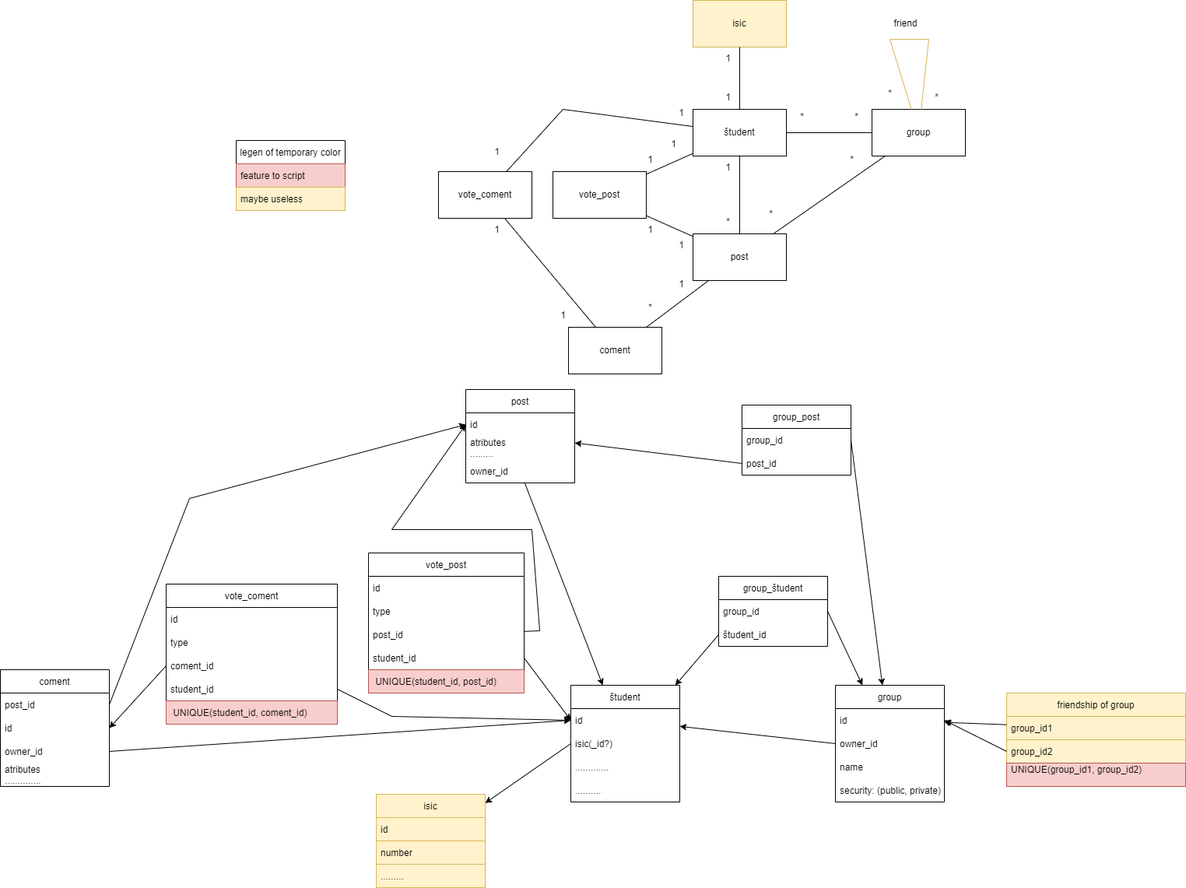
The draw.io diagram documentation/umlERDandER.drawio.png in MatejMagat305/RedditForStudents, before a commit. Source tidied: cells renumbered, new cells last; positions are measured from the earlier drawing's top-left corner, leaving out a move shared by most shapes.
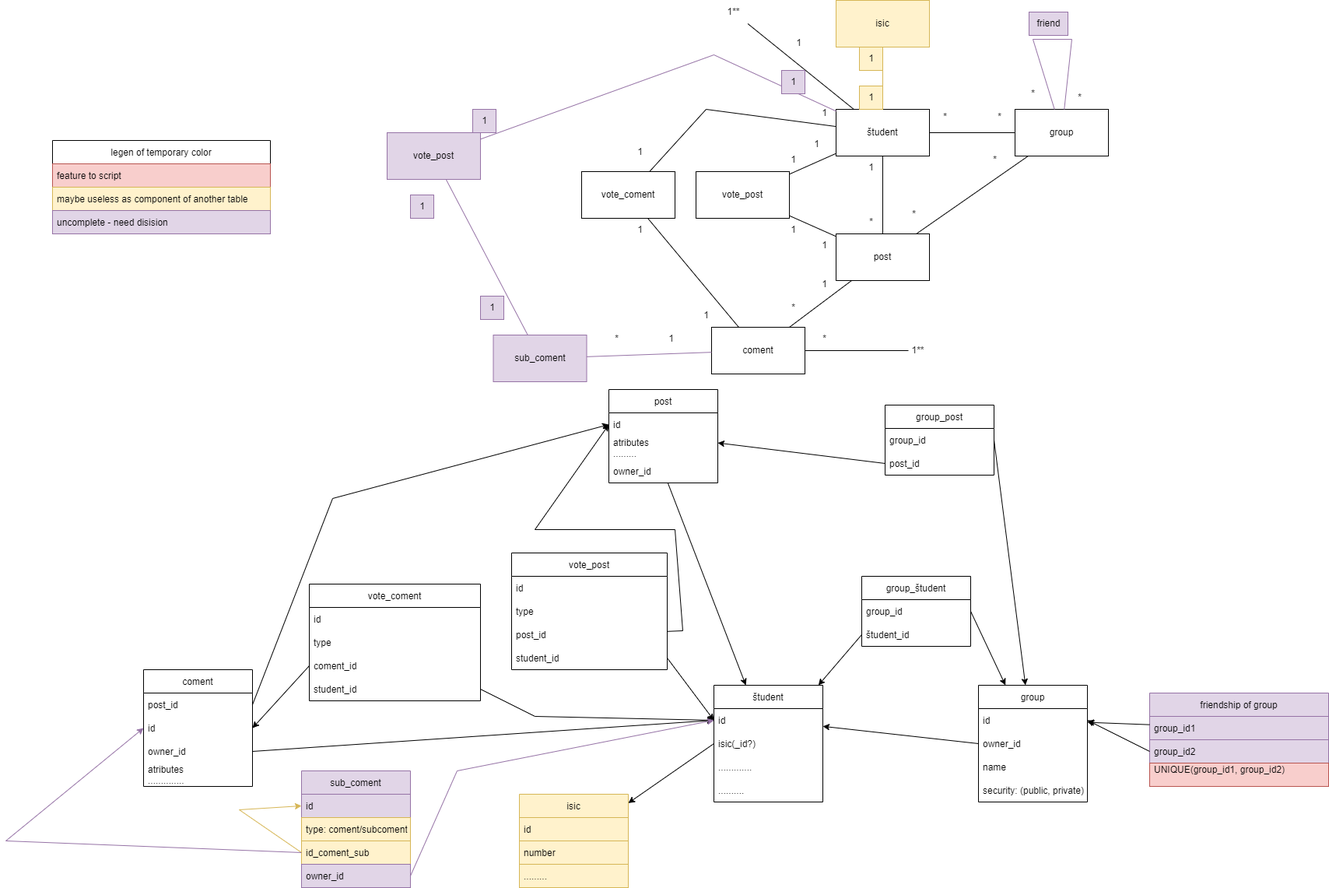
After the commit.

Change to the diagram source:
```diff
@@ -141,10 +141,10 @@
     <mxCell id="46" value="isic" style="rounded=0;whiteSpace=wrap;html=1;fillColor=#fff2cc;strokeColor=#d6b656;" parent="1" vertex="1">
       <mxGeometry x="890" width="120" height="60" as="geometry" />
     </mxCell>
-    <mxCell id="47" style="endArrow=none;html=1;rounded=0;" parent="1" edge="1" source="35" target="46">
+    <mxCell id="47" style="endArrow=none;html=1;rounded=0;fillColor=#fff2cc;strokeColor=#d6b656;" parent="1" edge="1" source="35" target="46">
       <mxGeometry relative="1" as="geometry" />
     </mxCell>
-    <mxCell id="48" value="1" style="text;html=1;align=center;verticalAlign=middle;strokeColor=none;fillColor=none;" parent="1" vertex="1">
+    <mxCell id="48" value="1" style="text;html=1;align=center;verticalAlign=middle;strokeColor=#d6b656;fillColor=#fff2cc;" parent="1" vertex="1">
       <mxGeometry x="920" y="60" width="30" height="30" as="geometry" />
     </mxCell>
     <mxCell id="49" value="1" style="text;html=1;align=center;verticalAlign=middle;strokeColor=none;fillColor=none;" parent="1" vertex="1">
@@ -186,7 +186,7 @@
     <mxCell id="61" style="endArrow=none;html=1;rounded=0;" parent="1" edge="1" source="60" target="35">
       <mxGeometry relative="1" as="geometry" />
     </mxCell>
-    <mxCell id="62" value="1" style="text;html=1;align=center;verticalAlign=middle;strokeColor=none;fillColor=none;" parent="1" vertex="1">
+    <mxCell id="62" value="1" style="text;html=1;align=center;verticalAlign=middle;strokeColor=#d6b656;fillColor=#fff2cc;" parent="1" vertex="1">
       <mxGeometry x="920" y="110" width="30" height="30" as="geometry" />
     </mxCell>
     <mxCell id="63" value="1" style="text;html=1;align=center;verticalAlign=middle;strokeColor=none;fillColor=none;" parent="1" vertex="1">
@@ -227,7 +227,7 @@
       <mxGeometry x="708" y="390" width="30" height="30" as="geometry" />
     </mxCell>
     <mxCell id="74" value="vote_post" style="swimlane;fontStyle=0;horizontal=1;startSize=30;" parent="1" vertex="1">
-      <mxGeometry x="473" y="710" width="200" height="180" as="geometry" />
+      <mxGeometry x="473" y="710" width="200" height="150" as="geometry" />
     </mxCell>
     <mxCell id="75" value="id" style="text;strokeColor=none;fillColor=none;align=left;verticalAlign=middle;spacingLeft=4;spacingRight=4;overflow=hidden;" parent="74" vertex="1">
       <mxGeometry y="30" width="200" height="30" as="geometry" />
@@ -241,9 +241,6 @@
     <mxCell id="78" value="student_id" style="text;align=left;verticalAlign=middle;spacingLeft=4;spacingRight=4;overflow=hidden;points=[[0,0.5],[1,0.5]];portConstraint=eastwest;" parent="74" vertex="1">
       <mxGeometry y="120" width="200" height="30" as="geometry" />
     </mxCell>
-    <mxCell id="79" value=" UNIQUE(student_id, post_id)" style="text;strokeColor=#b85450;fillColor=#f8cecc;align=left;verticalAlign=middle;spacingLeft=4;spacingRight=4;overflow=hidden;" parent="74" vertex="1">
-      <mxGeometry y="150" width="200" height="30" as="geometry" />
-    </mxCell>
     <mxCell id="80" style="endArrow=classic;html=1;rounded=0;entryX=0;entryY=0.5;entryDx=0;entryDy=0;" parent="1" edge="1" source="77" target="19">
       <mxGeometry relative="1" as="geometry">
         <Array as="points">
@@ -257,7 +254,7 @@
       <mxGeometry relative="1" as="geometry" />
     </mxCell>
     <mxCell id="82" value="vote_coment" style="swimlane;fontStyle=0;horizontal=1;startSize=30;" parent="1" vertex="1">
-      <mxGeometry x="213" y="750" width="220" height="180" as="geometry" />
+      <mxGeometry x="213" y="750" width="220" height="150" as="geometry" />
     </mxCell>
     <mxCell id="83" value="id" style="text;strokeColor=none;fillColor=none;align=left;verticalAlign=middle;spacingLeft=4;spacingRight=4;overflow=hidden;" parent="82" vertex="1">
       <mxGeometry y="30" width="220" height="30" as="geometry" />
@@ -271,9 +268,6 @@
     <mxCell id="86" value="student_id" style="text;align=left;verticalAlign=middle;spacingLeft=4;spacingRight=4;overflow=hidden;points=[[0,0.5],[1,0.5]];portConstraint=eastwest;" parent="82" vertex="1">
       <mxGeometry y="120" width="220" height="30" as="geometry" />
     </mxCell>
-    <mxCell id="87" value=" UNIQUE(student_id, coment_id)" style="text;align=left;verticalAlign=middle;spacingLeft=4;spacingRight=4;overflow=hidden;fillColor=#f8cecc;strokeColor=#b85450;" parent="82" vertex="1">
-      <mxGeometry y="150" width="220" height="30" as="geometry" />
-    </mxCell>
     <mxCell id="88" style="endArrow=classic;html=1;rounded=0;entryX=1;entryY=0.5;entryDx=0;entryDy=0;exitX=0;exitY=0.5;exitDx=0;exitDy=0;" parent="1" edge="1" source="85" target="30">
       <mxGeometry relative="1" as="geometry" />
     </mxCell>
@@ -285,15 +279,18 @@
       </mxGeometry>
     </mxCell>
     <mxCell id="90" value="legen of temporary color" style="swimlane;fontStyle=0;horizontal=1;startSize=30;" parent="1" vertex="1">
-      <mxGeometry x="303" y="180" width="140" height="90" as="geometry" />
+      <mxGeometry x="-117" y="180" width="280" height="120" as="geometry" />
     </mxCell>
     <mxCell id="91" value="feature to script" style="text;strokeColor=#b85450;fillColor=#f8cecc;align=left;verticalAlign=middle;spacingLeft=4;spacingRight=4;overflow=hidden;" parent="90" vertex="1">
-      <mxGeometry y="30" width="140" height="30" as="geometry" />
+      <mxGeometry y="30" width="280" height="30" as="geometry" />
     </mxCell>
-    <mxCell id="92" value="maybe useless" style="text;strokeColor=#d6b656;fillColor=#fff2cc;align=left;verticalAlign=middle;spacingLeft=4;spacingRight=4;overflow=hidden;" parent="90" vertex="1">
-      <mxGeometry y="60" width="140" height="30" as="geometry" />
+    <mxCell id="92" value="maybe useless as component of another table" style="text;strokeColor=#d6b656;fillColor=#fff2cc;align=left;verticalAlign=middle;spacingLeft=4;spacingRight=4;overflow=hidden;" parent="90" vertex="1">
+      <mxGeometry y="60" width="280" height="30" as="geometry" />
     </mxCell>
+    <mxCell id="103" value="uncomplete - need disision" style="text;strokeColor=#9673a6;fillColor=#e1d5e7;align=left;verticalAlign=middle;spacingLeft=4;spacingRight=4;overflow=hidden;" parent="90" vertex="1">
+      <mxGeometry y="90" width="280" height="30" as="geometry" />
+    </mxCell>
-    <mxCell id="93" style="endArrow=none;html=1;rounded=0;fillColor=#fff2cc;strokeColor=#d6b656;" parent="1" edge="1" source="36" target="36">
+    <mxCell id="93" style="endArrow=none;html=1;rounded=0;fillColor=#e1d5e7;strokeColor=#9673a6;" parent="1" edge="1" source="36" target="36">
       <mxGeometry relative="1" as="geometry">
         <Array as="points">
           <mxPoint x="1193" y="50" />
@@ -301,19 +298,19 @@
         </Array>
       </mxGeometry>
     </mxCell>
-    <mxCell id="94" value="friend" style="text;html=1;align=center;verticalAlign=middle;strokeColor=none;fillColor=none;" parent="1" vertex="1">
+    <mxCell id="94" value="friend" style="text;html=1;align=center;verticalAlign=middle;strokeColor=#9673a6;fillColor=#e1d5e7;" parent="1" vertex="1">
       <mxGeometry x="1138" y="15" width="50" height="30" as="geometry" />
     </mxCell>
     <mxCell id="95" value="*" style="text;html=1;align=center;verticalAlign=middle;strokeColor=none;fillColor=none;" parent="1" vertex="1">
       <mxGeometry x="1128" y="105" width="30" height="30" as="geometry" />
     </mxCell>
-    <mxCell id="96" value="friendship of group" style="swimlane;fontStyle=0;horizontal=1;startSize=30;fillColor=#fff2cc;strokeColor=#d6b656;" parent="1" vertex="1">
+    <mxCell id="96" value="friendship of group" style="swimlane;fontStyle=0;horizontal=1;startSize=30;fillColor=#e1d5e7;strokeColor=#9673a6;" parent="1" vertex="1">
       <mxGeometry x="1293" y="890" width="230" height="120" as="geometry" />
     </mxCell>
-    <mxCell id="97" value="group_id1 " style="text;strokeColor=#d6b656;fillColor=#fff2cc;align=left;verticalAlign=middle;spacingLeft=4;spacingRight=4;overflow=hidden;points=[[0,0.5],[1,0.5]];portConstraint=eastwest;" parent="96" vertex="1">
+    <mxCell id="97" value="group_id1 " style="text;strokeColor=#9673a6;fillColor=#e1d5e7;align=left;verticalAlign=middle;spacingLeft=4;spacingRight=4;overflow=hidden;points=[[0,0.5],[1,0.5]];portConstraint=eastwest;" parent="96" vertex="1">
       <mxGeometry y="30" width="230" height="30" as="geometry" />
     </mxCell>
-    <mxCell id="98" value="group_id2" style="text;strokeColor=#d6b656;fillColor=#fff2cc;align=left;verticalAlign=middle;spacingLeft=4;spacingRight=4;overflow=hidden;points=[[0,0.5],[1,0.5]];portConstraint=eastwest;" parent="96" vertex="1">
+    <mxCell id="98" value="group_id2" style="text;strokeColor=#9673a6;fillColor=#e1d5e7;align=left;verticalAlign=middle;spacingLeft=4;spacingRight=4;overflow=hidden;points=[[0,0.5],[1,0.5]];portConstraint=eastwest;" parent="96" vertex="1">
       <mxGeometry y="60" width="230" height="30" as="geometry" />
     </mxCell>
     <mxCell id="99" value="UNIQUE(group_id1, group_id2)&#10; " style="text;strokeColor=#b85450;fillColor=#f8cecc;align=left;verticalAlign=middle;spacingLeft=4;spacingRight=4;overflow=hidden;" parent="96" vertex="1">
@@ -328,5 +325,98 @@
     <mxCell id="102" value="*" style="text;html=1;align=center;verticalAlign=middle;strokeColor=none;fillColor=none;" parent="1" vertex="1">
       <mxGeometry x="1188" y="110" width="30" height="30" as="geometry" />
     </mxCell>
+    <mxCell id="104" value="sub_coment" style="swimlane;fontStyle=0;horizontal=1;startSize=30;fillColor=#e1d5e7;strokeColor=#9673a6;" parent="1" vertex="1">
+      <mxGeometry x="203" y="990" width="140" height="150" as="geometry" />
+    </mxCell>
+    <mxCell id="105" value="id" style="text;strokeColor=#9673a6;fillColor=#e1d5e7;align=left;verticalAlign=middle;spacingLeft=4;spacingRight=4;overflow=hidden;points=[[0,0.5],[1,0.5]];portConstraint=eastwest;" parent="104" vertex="1">
+      <mxGeometry y="30" width="140" height="30" as="geometry" />
+    </mxCell>
+    <mxCell id="106" value="type: coment/subcoment" style="text;strokeColor=#d6b656;fillColor=#fff2cc;align=left;verticalAlign=middle;spacingLeft=4;spacingRight=4;overflow=hidden;" parent="104" vertex="1">
+      <mxGeometry y="60" width="140" height="30" as="geometry" />
+    </mxCell>
+    <mxCell id="107" value="id_coment_sub" style="text;strokeColor=#d6b656;fillColor=#fff2cc;align=left;verticalAlign=middle;spacingLeft=4;spacingRight=4;overflow=hidden;points=[[0,0.5],[1,0.5]];portConstraint=eastwest;" parent="104" vertex="1">
+      <mxGeometry y="90" width="140" height="30" as="geometry" />
+    </mxCell>
+    <mxCell id="108" value="owner_id" style="text;strokeColor=#9673a6;fillColor=#e1d5e7;align=left;verticalAlign=middle;spacingLeft=4;spacingRight=4;overflow=hidden;points=[[0,0.5],[1,0.5]];portConstraint=eastwest;" parent="104" vertex="1">
+      <mxGeometry y="120" width="140" height="30" as="geometry" />
+    </mxCell>
+    <mxCell id="109" style="endArrow=classic;html=1;rounded=0;entryX=0;entryY=0.5;entryDx=0;entryDy=0;exitX=0;exitY=0.5;exitDx=0;exitDy=0;fillColor=#fff2cc;strokeColor=#d6b656;" parent="104" edge="1" source="107" target="105">
+      <mxGeometry relative="1" as="geometry">
+        <Array as="points">
+          <mxPoint x="-80" y="50" />
+        </Array>
+      </mxGeometry>
+    </mxCell>
+    <mxCell id="110" style="endArrow=classic;html=1;rounded=0;exitX=0;exitY=0.5;exitDx=0;exitDy=0;entryX=0;entryY=0.5;entryDx=0;entryDy=0;fillColor=#e1d5e7;strokeColor=#9673a6;" parent="1" edge="1" source="107" target="30">
+      <mxGeometry relative="1" as="geometry">
+        <Array as="points">
+          <mxPoint x="-177" y="1080" />
+        </Array>
+      </mxGeometry>
+    </mxCell>
+    <mxCell id="111" style="endArrow=classic;html=1;rounded=0;exitX=1;exitY=0.5;exitDx=0;exitDy=0;entryX=0;entryY=0.5;entryDx=0;entryDy=0;fillColor=#e1d5e7;strokeColor=#9673a6;" parent="1" edge="1" source="108" target="3">
+      <mxGeometry relative="1" as="geometry">
+        <Array as="points">
+          <mxPoint x="403" y="990" />
+        </Array>
+      </mxGeometry>
+    </mxCell>
+    <mxCell id="112" value="sub_coment" style="rounded=0;whiteSpace=wrap;html=1;fillColor=#e1d5e7;strokeColor=#9673a6;" parent="1" vertex="1">
+      <mxGeometry x="449.5" y="430" width="120" height="60" as="geometry" />
+    </mxCell>
+    <mxCell id="113" style="endArrow=none;html=1;rounded=0;fillColor=#e1d5e7;strokeColor=#9673a6;" parent="1" edge="1" source="112" target="56">
+      <mxGeometry relative="1" as="geometry" />
+    </mxCell>
+    <mxCell id="114" value="1" style="text;html=1;align=center;verticalAlign=middle;strokeColor=none;fillColor=none;" parent="1" vertex="1">
+      <mxGeometry x="663" y="420" width="30" height="30" as="geometry" />
+    </mxCell>
+    <mxCell id="115" value="*" style="text;html=1;align=center;verticalAlign=middle;strokeColor=none;fillColor=none;" parent="1" vertex="1">
+      <mxGeometry x="593" y="420" width="30" height="30" as="geometry" />
+    </mxCell>
+    <mxCell id="116" style="endArrow=none;html=1;rounded=0;" parent="1" edge="1" source="56">
+      <mxGeometry relative="1" as="geometry">
+        <mxPoint x="983" y="450" as="targetPoint" />
+      </mxGeometry>
+    </mxCell>
+    <mxCell id="117" value="1**" style="text;html=1;align=center;verticalAlign=middle;strokeColor=none;fillColor=none;" parent="1" vertex="1">
+      <mxGeometry x="975" y="435" width="40" height="30" as="geometry" />
+    </mxCell>
+    <mxCell id="118" value="1**" style="text;html=1;align=center;verticalAlign=middle;points=[];strokeColor=none;fillColor=none;" parent="1" vertex="1">
+      <mxGeometry x="738" width="40" height="30" as="geometry" />
+    </mxCell>
+    <mxCell id="119" style="endArrow=none;html=1;rounded=0;" parent="1" edge="1" source="35" target="118">
+      <mxGeometry relative="1" as="geometry" />
+    </mxCell>
+    <mxCell id="120" value="1" style="text;html=1;align=center;verticalAlign=middle;strokeColor=none;fillColor=none;" parent="1" vertex="1">
+      <mxGeometry x="827" y="40" width="30" height="30" as="geometry" />
+    </mxCell>
+    <mxCell id="121" value="*" style="text;html=1;align=center;verticalAlign=middle;strokeColor=none;fillColor=none;" parent="1" vertex="1">
+      <mxGeometry x="860" y="420" width="30" height="30" as="geometry" />
+    </mxCell>
+    <mxCell id="122" value="1" style="text;html=1;align=center;verticalAlign=middle;strokeColor=#9673a6;fillColor=#e1d5e7;" parent="1" vertex="1">
+      <mxGeometry x="423" y="140" width="30" height="30" as="geometry" />
+    </mxCell>
+    <mxCell id="123" value="vote_post" style="rounded=0;whiteSpace=wrap;html=1;fillColor=#e1d5e7;strokeColor=#9673a6;" parent="1" vertex="1">
+      <mxGeometry x="313" y="170" width="120" height="60" as="geometry" />
+    </mxCell>
+    <mxCell id="124" style="endArrow=none;html=1;rounded=0;fillColor=#e1d5e7;strokeColor=#9673a6;" parent="1" edge="1" source="123" target="35">
+      <mxGeometry relative="1" as="geometry">
+        <Array as="points">
+          <mxPoint x="733" y="70" />
+        </Array>
+      </mxGeometry>
+    </mxCell>
+    <mxCell id="125" value="1" style="text;html=1;align=center;verticalAlign=middle;strokeColor=#9673a6;fillColor=#e1d5e7;" parent="1" vertex="1">
+      <mxGeometry x="820" y="90" width="30" height="30" as="geometry" />
+    </mxCell>
+    <mxCell id="126" style="endArrow=none;html=1;rounded=0;fillColor=#e1d5e7;strokeColor=#9673a6;" parent="1" edge="1" source="123" target="112">
+      <mxGeometry relative="1" as="geometry" />
+    </mxCell>
+    <mxCell id="127" value="1" style="text;html=1;align=center;verticalAlign=middle;strokeColor=#9673a6;fillColor=#e1d5e7;" parent="1" vertex="1">
+      <mxGeometry x="343" y="250" width="30" height="30" as="geometry" />
+    </mxCell>
+    <mxCell id="128" value="1" style="text;html=1;align=center;verticalAlign=middle;strokeColor=#9673a6;fillColor=#e1d5e7;" parent="1" vertex="1">
+      <mxGeometry x="433" y="380" width="30" height="30" as="geometry" />
+    </mxCell>
   </root>
 </mxGraphModel>
```
